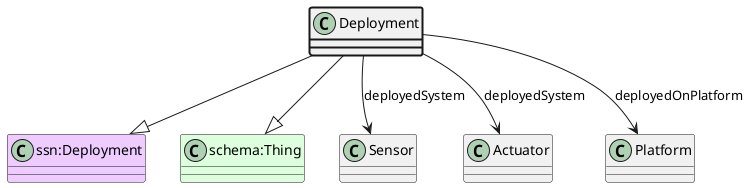
This is ttl_uml/ttl_appn_Deployment.png from aus-plant-phenomics-network/appn-schema, a PlantUML export, as it was before one commit.
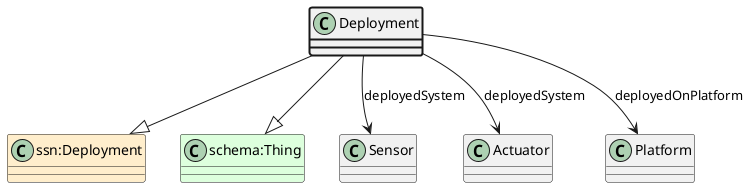
Later version of the same file.

Change to the diagram source:
```diff
@@ -1,6 +1,6 @@
 @startuml
 class Deployment  #line.bold
-class "ssn:Deployment" #EECCFF
+class "ssn:Deployment" #FFEECC
 Deployment --|> "ssn:Deployment"
 class "schema:Thing" #DDFFDD
 Deployment --|> "schema:Thing"
```
